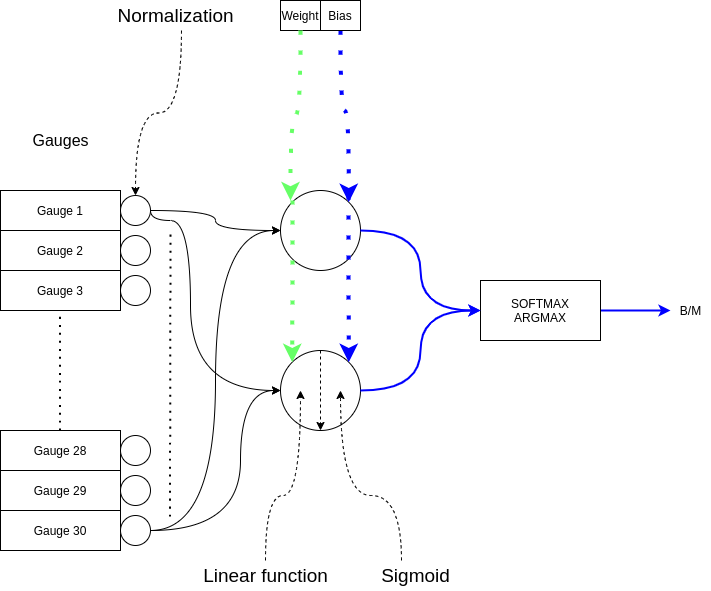
Before: Documentation/NeuralNetworkStep01.drawio.png, a diagram exported from draw.io (jussihyva/Multilayer-Perceptron). Source tidied: cells renumbered, new cells last; positions are measured from the earlier drawing's top-left corner, leaving out a move shared by most shapes.
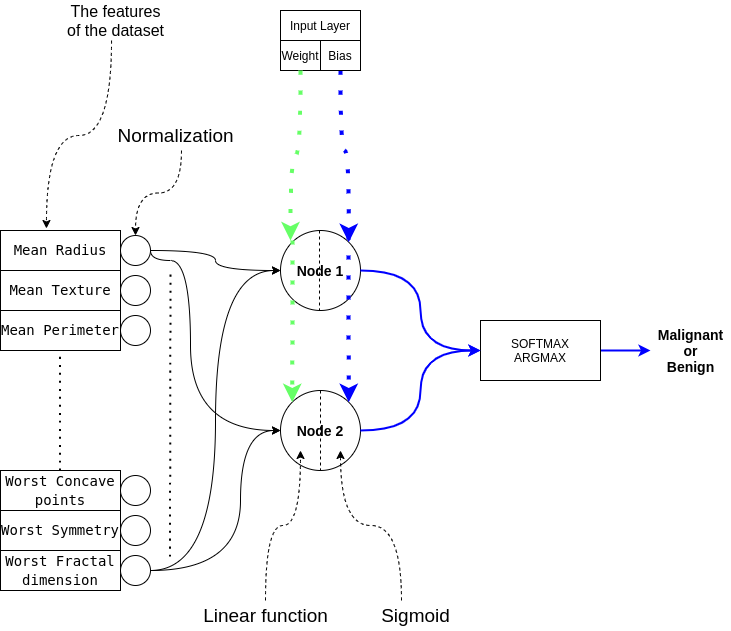
The same file after the commit.

Commit message:
Neural network picture adde into README file

Change to the diagram source:
```diff
@@ -5,13 +5,13 @@
     <mxCell id="2" style="ellipse;whiteSpace=wrap;html=1;" parent="1" vertex="1">
       <mxGeometry x="120" y="275" width="30" height="30" as="geometry" />
     </mxCell>
-    <mxCell id="3" style="ellipse;whiteSpace=wrap;html=1;" parent="1" vertex="1">
+    <mxCell id="3" value="&lt;font style=&quot;font-size: 14px&quot;&gt;&lt;b&gt;Node 1&lt;/b&gt;&lt;/font&gt;" style="ellipse;whiteSpace=wrap;html=1;" parent="1" vertex="1">
       <mxGeometry x="280" y="190" width="80" height="80" as="geometry" />
     </mxCell>
-    <mxCell id="4" style="ellipse;whiteSpace=wrap;html=1;" parent="1" vertex="1">
+    <mxCell id="4" value="&lt;b style=&quot;font-size: 14px&quot;&gt;Node 2&lt;/b&gt;" style="ellipse;whiteSpace=wrap;html=1;" parent="1" vertex="1">
       <mxGeometry x="280" y="350" width="80" height="80" as="geometry" />
     </mxCell>
-    <mxCell id="5" value="Gauge 1" style="rounded=0;whiteSpace=wrap;html=1;" parent="1" vertex="1">
+    <mxCell id="5" value="&lt;div style=&quot;font-family: &amp;#34;droid sans mono&amp;#34; , monospace , monospace , &amp;#34;droid sans fallback&amp;#34; ; font-size: 14px ; line-height: 19px&quot;&gt;&lt;span style=&quot;background-color: rgb(255 , 255 , 255)&quot;&gt;Mean Radius&lt;/span&gt;&lt;/div&gt;" style="rounded=0;whiteSpace=wrap;html=1;" parent="1" vertex="1">
       <mxGeometry y="190" width="120" height="40" as="geometry" />
     </mxCell>
     <mxCell id="6" style="edgeStyle=orthogonalEdgeStyle;rounded=0;jettySize=auto;html=1;exitX=1;exitY=0.5;exitDx=0;exitDy=0;entryX=0;entryY=0.5;entryDx=0;entryDy=0;strokeColor=default;elbow=vertical;curved=1;" parent="1" edge="1" source="27" target="3">
@@ -26,22 +26,22 @@
         </Array>
       </mxGeometry>
     </mxCell>
-    <mxCell id="8" value="Gauges" style="text;html=1;align=center;verticalAlign=middle;points=[];strokeColor=none;fillColor=none;fontSize=16;" parent="1" vertex="1">
-      <mxGeometry x="25" y="130" width="70" height="20" as="geometry" />
+    <mxCell id="8" value="The features&lt;br&gt;of the dataset" style="text;html=1;align=center;verticalAlign=middle;points=[];strokeColor=none;fillColor=none;fontSize=16;" parent="1" vertex="1">
+      <mxGeometry x="60" y="-40" width="110" height="40" as="geometry" />
     </mxCell>
-    <mxCell id="9" value="Gauge 2" style="rounded=0;whiteSpace=wrap;html=1;" parent="1" vertex="1">
+    <mxCell id="9" value="&lt;div style=&quot;font-family: &amp;#34;droid sans mono&amp;#34; , monospace , monospace , &amp;#34;droid sans fallback&amp;#34; ; font-size: 14px ; line-height: 19px&quot;&gt;&lt;span style=&quot;background-color: rgb(255 , 255 , 255)&quot;&gt;Mean Texture&lt;/span&gt;&lt;/div&gt;" style="rounded=0;whiteSpace=wrap;html=1;" parent="1" vertex="1">
       <mxGeometry y="230" width="120" height="40" as="geometry" />
     </mxCell>
-    <mxCell id="10" value="Gauge 3" style="rounded=0;whiteSpace=wrap;html=1;" parent="1" vertex="1">
+    <mxCell id="10" value="&lt;div style=&quot;font-family: &amp;#34;droid sans mono&amp;#34; , monospace , monospace , &amp;#34;droid sans fallback&amp;#34; ; font-size: 14px ; line-height: 19px&quot;&gt;&lt;span style=&quot;background-color: rgb(255 , 255 , 255)&quot;&gt;Mean Perimeter&lt;/span&gt;&lt;/div&gt;" style="rounded=0;whiteSpace=wrap;html=1;" parent="1" vertex="1">
       <mxGeometry y="270" width="120" height="40" as="geometry" />
     </mxCell>
-    <mxCell id="11" value="Gauge 28" style="rounded=0;whiteSpace=wrap;html=1;" parent="1" vertex="1">
+    <mxCell id="11" value="&lt;div style=&quot;font-family: &amp;#34;droid sans mono&amp;#34; , monospace , monospace , &amp;#34;droid sans fallback&amp;#34; ; font-size: 14px ; line-height: 19px&quot;&gt;&lt;span style=&quot;background-color: rgb(255 , 255 , 255)&quot;&gt;Worst Concave points&lt;/span&gt;&lt;/div&gt;" style="rounded=0;whiteSpace=wrap;html=1;" parent="1" vertex="1">
       <mxGeometry y="430" width="120" height="40" as="geometry" />
     </mxCell>
-    <mxCell id="12" value="Gauge 29" style="rounded=0;whiteSpace=wrap;html=1;" parent="1" vertex="1">
+    <mxCell id="12" value="&lt;div style=&quot;font-family: &amp;#34;droid sans mono&amp;#34; , monospace , monospace , &amp;#34;droid sans fallback&amp;#34; ; font-size: 14px ; line-height: 19px&quot;&gt;&lt;span style=&quot;background-color: rgb(255 , 255 , 255)&quot;&gt;Worst Symmetry&lt;/span&gt;&lt;/div&gt;" style="rounded=0;whiteSpace=wrap;html=1;" parent="1" vertex="1">
       <mxGeometry y="470" width="120" height="40" as="geometry" />
     </mxCell>
-    <mxCell id="13" value="Gauge 30" style="rounded=0;whiteSpace=wrap;html=1;" parent="1" vertex="1">
+    <mxCell id="13" value="&lt;div style=&quot;font-family: &amp;#34;droid sans mono&amp;#34; , monospace , monospace , &amp;#34;droid sans fallback&amp;#34; ; font-size: 14px ; line-height: 19px&quot;&gt;&lt;span style=&quot;background-color: rgb(255 , 255 , 255)&quot;&gt;Worst Fractal dimension&lt;/span&gt;&lt;/div&gt;" style="rounded=0;whiteSpace=wrap;html=1;" parent="1" vertex="1">
       <mxGeometry y="510" width="120" height="40" as="geometry" />
     </mxCell>
     <mxCell id="14" style="endArrow=none;dashed=1;html=1;dashPattern=1 3;strokeWidth=2;rounded=0;curved=1;" parent="1" edge="1">
@@ -61,8 +61,8 @@
         <mxPoint x="290" y="200" as="targetPoint" />
       </mxGeometry>
     </mxCell>
-    <mxCell id="18" value="B/M" style="text;html=1;align=center;verticalAlign=middle;points=[];strokeColor=none;fillColor=none;" parent="1" vertex="1">
-      <mxGeometry x="670" y="300" width="40" height="20" as="geometry" />
+    <mxCell id="18" value="&lt;b&gt;&lt;font style=&quot;font-size: 14px&quot;&gt;Malignant&lt;br&gt;or&lt;br&gt;Benign&lt;/font&gt;&lt;/b&gt;" style="text;html=1;align=center;verticalAlign=middle;points=[];strokeColor=none;fillColor=none;" parent="1" vertex="1">
+      <mxGeometry x="650" y="285" width="80" height="50" as="geometry" />
     </mxCell>
     <mxCell id="19" style="edgeStyle=orthogonalEdgeStyle;curved=1;rounded=0;jettySize=auto;html=1;exitX=1;exitY=0.5;exitDx=0;exitDy=0;strokeColor=#0000FF;strokeWidth=2;" parent="1" edge="1" source="20" target="18">
       <mxGeometry relative="1" as="geometry" />
@@ -125,22 +125,38 @@
       </mxGeometry>
     </mxCell>
     <mxCell id="35" value="Normalization" style="text;html=1;align=center;verticalAlign=middle;points=[];fillColor=none;strokeColor=none;rounded=0;fontSize=19;fontStyle=0;" parent="1" vertex="1">
-      <mxGeometry x="110" width="130" height="30" as="geometry" />
+      <mxGeometry x="110" y="80" width="130" height="30" as="geometry" />
     </mxCell>
-    <mxCell id="36" style="edgeStyle=none;rounded=0;orthogonalLoop=1;jettySize=auto;html=1;exitX=0.5;exitY=0;exitDx=0;exitDy=0;entryX=0.5;entryY=1;entryDx=0;entryDy=0;dashed=1;fontSize=16;" parent="1" edge="1" source="4" target="4">
+    <mxCell id="36" style="edgeStyle=none;rounded=0;orthogonalLoop=1;jettySize=auto;html=1;exitX=0.5;exitY=0;exitDx=0;exitDy=0;entryX=0.5;entryY=1;entryDx=0;entryDy=0;dashed=1;fontSize=16;endArrow=none;endFill=0;" parent="1" edge="1" source="4" target="4">
       <mxGeometry relative="1" as="geometry" />
     </mxCell>
-    <mxCell id="37" style="edgeStyle=orthogonalEdgeStyle;curved=1;rounded=0;jettySize=auto;html=1;entryX=0.25;entryY=0.5;entryDx=0;entryDy=0;entryPerimeter=0;dashed=1;fontSize=16;" parent="1" edge="1" source="38" target="4">
-      <mxGeometry relative="1" as="geometry" />
+    <mxCell id="37" style="edgeStyle=orthogonalEdgeStyle;curved=1;rounded=0;jettySize=auto;html=1;dashed=1;fontSize=16;" parent="1" edge="1" source="38">
+      <mxGeometry relative="1" as="geometry">
+        <mxPoint x="300" y="410" as="targetPoint" />
+      </mxGeometry>
     </mxCell>
     <mxCell id="38" value="Linear function" style="text;html=1;align=center;verticalAlign=middle;points=[];fillColor=none;strokeColor=none;rounded=0;fontSize=19;fontStyle=0;" parent="1" vertex="1">
       <mxGeometry x="195" y="560" width="140" height="30" as="geometry" />
     </mxCell>
-    <mxCell id="39" style="edgeStyle=orthogonalEdgeStyle;curved=1;rounded=0;jettySize=auto;html=1;entryX=0.75;entryY=0.5;entryDx=0;entryDy=0;entryPerimeter=0;dashed=1;fontSize=16;exitX=0.325;exitY=0;exitDx=0;exitDy=0;exitPerimeter=0;" parent="1" edge="1" source="40" target="4">
-      <mxGeometry relative="1" as="geometry" />
+    <mxCell id="39" style="edgeStyle=orthogonalEdgeStyle;curved=1;rounded=0;jettySize=auto;html=1;dashed=1;fontSize=16;exitX=0.325;exitY=0;exitDx=0;exitDy=0;exitPerimeter=0;" parent="1" edge="1" source="40">
+      <mxGeometry relative="1" as="geometry">
+        <mxPoint x="340" y="410" as="targetPoint" />
+      </mxGeometry>
     </mxCell>
     <mxCell id="40" value="Sigmoid" style="text;html=1;align=center;verticalAlign=middle;points=[];fillColor=none;strokeColor=none;rounded=0;fontSize=19;fontStyle=0;" parent="1" vertex="1">
       <mxGeometry x="375" y="560" width="80" height="30" as="geometry" />
     </mxCell>
+    <mxCell id="41" value="Input Layer" style="rounded=0;whiteSpace=wrap;html=1;" parent="1" vertex="1">
+      <mxGeometry x="280" y="-30" width="80" height="30" as="geometry" />
+    </mxCell>
+    <mxCell id="42" style="edgeStyle=none;rounded=0;orthogonalLoop=1;jettySize=auto;html=1;exitX=0.5;exitY=0;exitDx=0;exitDy=0;entryX=0.5;entryY=1;entryDx=0;entryDy=0;dashed=1;fontSize=16;endArrow=none;endFill=0;" parent="1" edge="1">
+      <mxGeometry relative="1" as="geometry">
+        <mxPoint x="319" y="190" as="sourcePoint" />
+        <mxPoint x="319" y="270" as="targetPoint" />
+      </mxGeometry>
+    </mxCell>
+    <mxCell id="43" style="edgeStyle=orthogonalEdgeStyle;curved=1;rounded=0;jettySize=auto;html=1;exitX=0.464;exitY=1;exitDx=0;exitDy=0;fontSize=16;exitPerimeter=0;entryX=0.383;entryY=-0.05;entryDx=0;entryDy=0;dashed=1;entryPerimeter=0;" parent="1" edge="1" source="8" target="5">
+      <mxGeometry relative="1" as="geometry" />
+    </mxCell>
   </root>
 </mxGraphModel>
```
